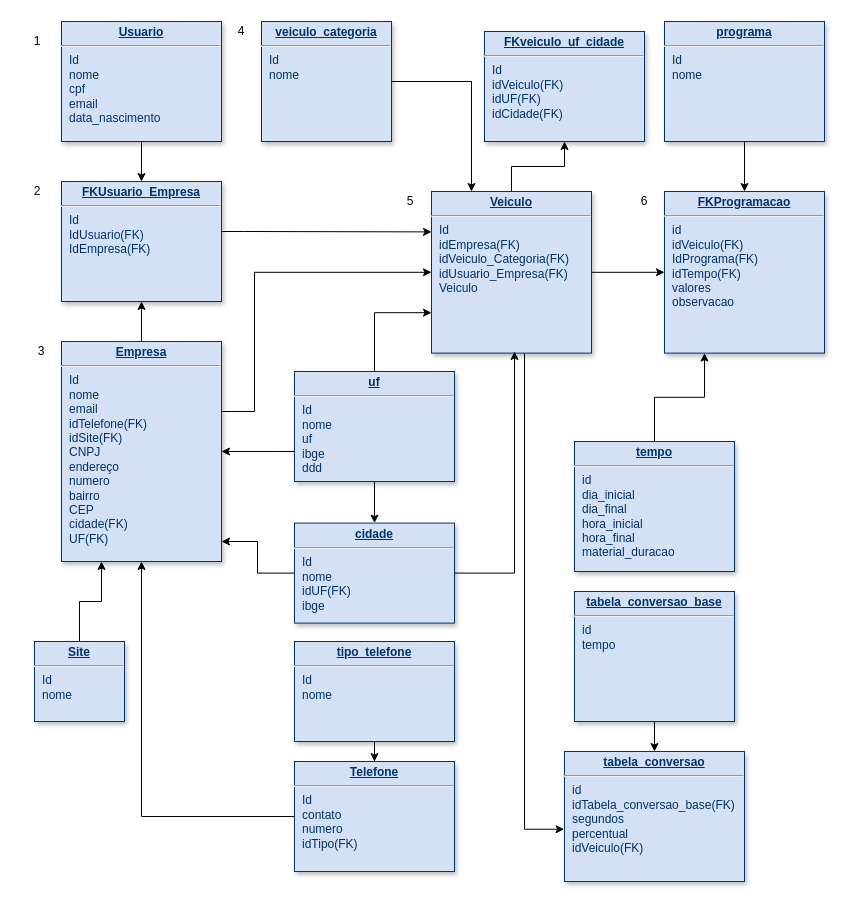
This is Diagrama sem título.drawio from diogo-guimaraes/teste_git, a draw.io file, before an edit. Source tidied: cells renumbered, new cells numbered last; positions are measured from the earlier drawing's top-left corner, leaving out a move shared by most shapes. Both pictures are drawn from the tidied source at 100%, with x=0, y=0 at pixel (17, 21).
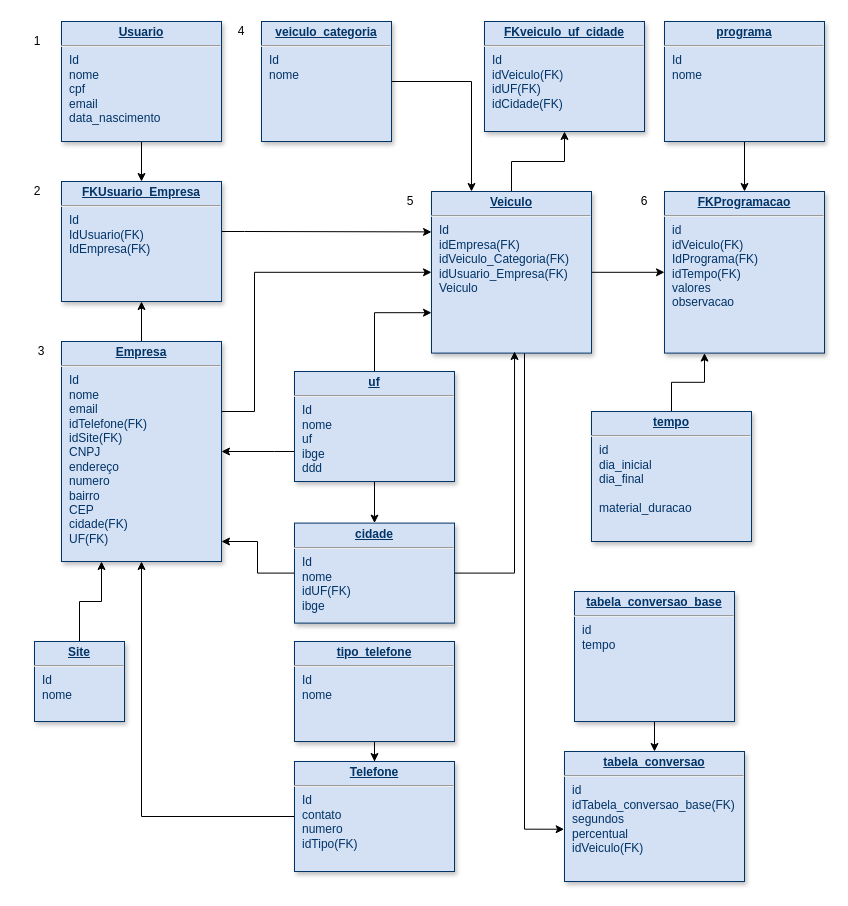
After the change.

The edit, as a diff of the source:
```diff
@@
-    <mxCell id="31" value="&lt;p style=&quot;margin: 0px ; margin-top: 4px ; text-align: center ; text-decoration: underline&quot;&gt;&lt;b&gt;tempo&lt;/b&gt;&lt;/p&gt;&lt;hr&gt;&lt;p style=&quot;margin: 0px ; margin-left: 8px&quot;&gt;id&lt;/p&gt;&lt;p style=&quot;margin: 0px ; margin-left: 8px&quot;&gt;dia_inicial&lt;/p&gt;&lt;p style=&quot;margin: 0px ; margin-left: 8px&quot;&gt;dia_final&lt;/p&gt;&lt;p style=&quot;margin: 0px ; margin-left: 8px&quot;&gt;hora_inicial&lt;/p&gt;&lt;p style=&quot;margin: 0px ; margin-left: 8px&quot;&gt;hora_final&lt;/p&gt;&lt;p style=&quot;margin: 0px ; margin-left: 8px&quot;&gt;material_duracao&lt;/p&gt;" style="verticalAlign=top;align=left;overflow=fill;fontSize=12;fontFamily=Helvetica;html=1;strokeColor=#003366;shadow=1;fillColor=#D4E1F5;fontColor=#003366;" parent="1" vertex="1">
-      <mxGeometry x="557" y="420" width="160" height="130" as="geometry" />
+    <mxCell id="31" value="&lt;p style=&quot;margin: 0px ; margin-top: 4px ; text-align: center ; text-decoration: underline&quot;&gt;&lt;b&gt;tempo&lt;/b&gt;&lt;/p&gt;&lt;hr&gt;&lt;p style=&quot;margin: 0px ; margin-left: 8px&quot;&gt;id&lt;/p&gt;&lt;p style=&quot;margin: 0px ; margin-left: 8px&quot;&gt;dia_inicial&lt;/p&gt;&lt;p style=&quot;margin: 0px ; margin-left: 8px&quot;&gt;dia_final&lt;/p&gt;&lt;p style=&quot;margin: 0px ; margin-left: 8px&quot;&gt;&lt;br&gt;&lt;/p&gt;&lt;p style=&quot;margin: 0px ; margin-left: 8px&quot;&gt;material_duracao&lt;/p&gt;" style="verticalAlign=top;align=left;overflow=fill;fontSize=12;fontFamily=Helvetica;html=1;strokeColor=#003366;shadow=1;fillColor=#D4E1F5;fontColor=#003366;" parent="1" vertex="1">
+      <mxGeometry x="574" y="390" width="160" height="130" as="geometry" />
     </mxCell>
@@
     <mxCell id="42" value="&lt;p style=&quot;margin: 0px ; margin-top: 4px ; text-align: center ; text-decoration: underline&quot;&gt;&lt;b&gt;FKveiculo_uf_cidade&lt;/b&gt;&lt;/p&gt;&lt;hr&gt;&lt;p style=&quot;margin: 0px ; margin-left: 8px&quot;&gt;Id&lt;/p&gt;&lt;p style=&quot;margin: 0px ; margin-left: 8px&quot;&gt;idVeiculo(FK)&lt;/p&gt;&lt;p style=&quot;margin: 0px ; margin-left: 8px&quot;&gt;idUF(FK)&lt;/p&gt;&lt;p style=&quot;margin: 0px ; margin-left: 8px&quot;&gt;idCidade(FK)&lt;/p&gt;" style="verticalAlign=top;align=left;overflow=fill;fontSize=12;fontFamily=Helvetica;html=1;strokeColor=#003366;shadow=1;fillColor=#D4E1F5;fontColor=#003366;" parent="1" vertex="1">
-      <mxGeometry x="467" y="10" width="160" height="110" as="geometry" />
+      <mxGeometry x="467" width="160" height="110" as="geometry" />
     </mxCell>
```
